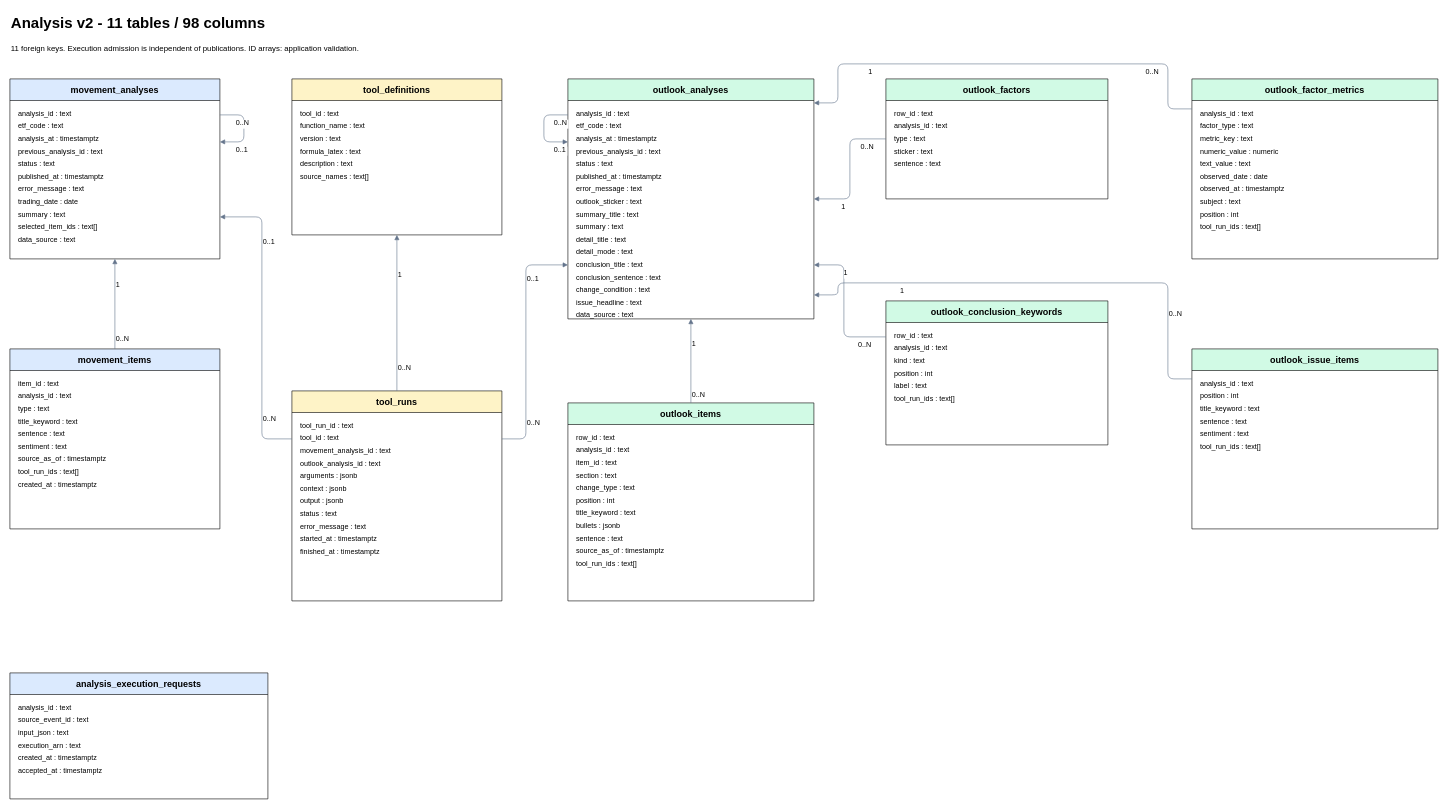
Before: docs/data-model/domains/analysis-v2/erd.drawio in alphaeveryday/edge, a draw.io diagram. Source tidied: cells renumbered, new cells numbered last; positions are measured from the earlier drawing's top-left corner, leaving out a move shared by most shapes. Both pictures are drawn from the tidied source at 60%, with x=0, y=0 at pixel (10, 10).
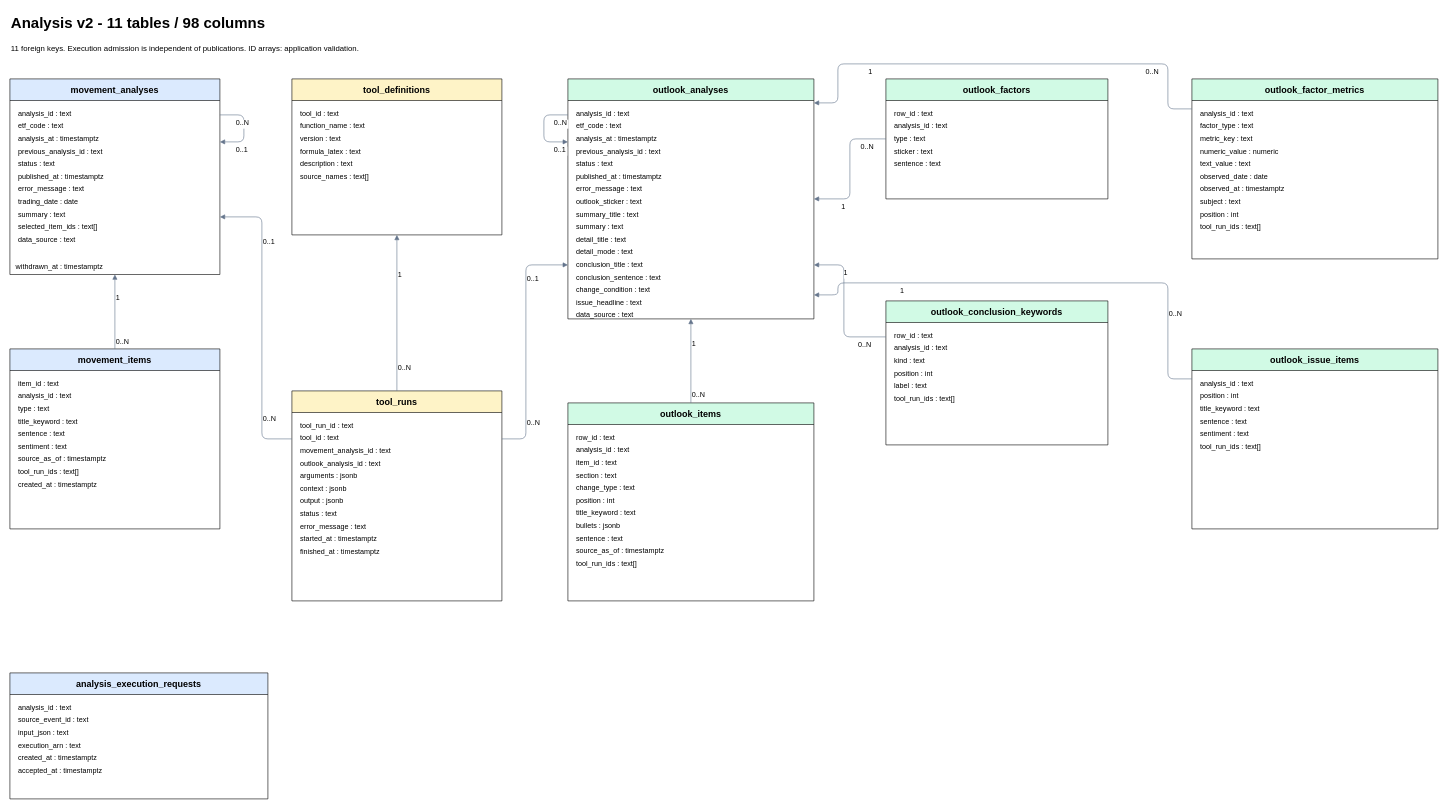
After the change.

The edit, as a diff of the source:
```diff
@@
     <mxCell id="4" value="movement_analyses" style="swimlane;html=0;startSize=36;fillColor=#dbeafe;fontSize=15;" parent="1" vertex="1">
-      <mxGeometry y="115" width="350" height="300" as="geometry" />
+      <mxGeometry y="115" width="350" height="326" as="geometry" />
     </mxCell>
@@
+    <mxCell id="146" value="withdrawn_at : timestamptz" style="text;html=0;align=left;spacingLeft=8;" parent="4" vertex="1">
+      <mxGeometry y="300" width="350" height="24" as="geometry" />
+    </mxCell>
```
